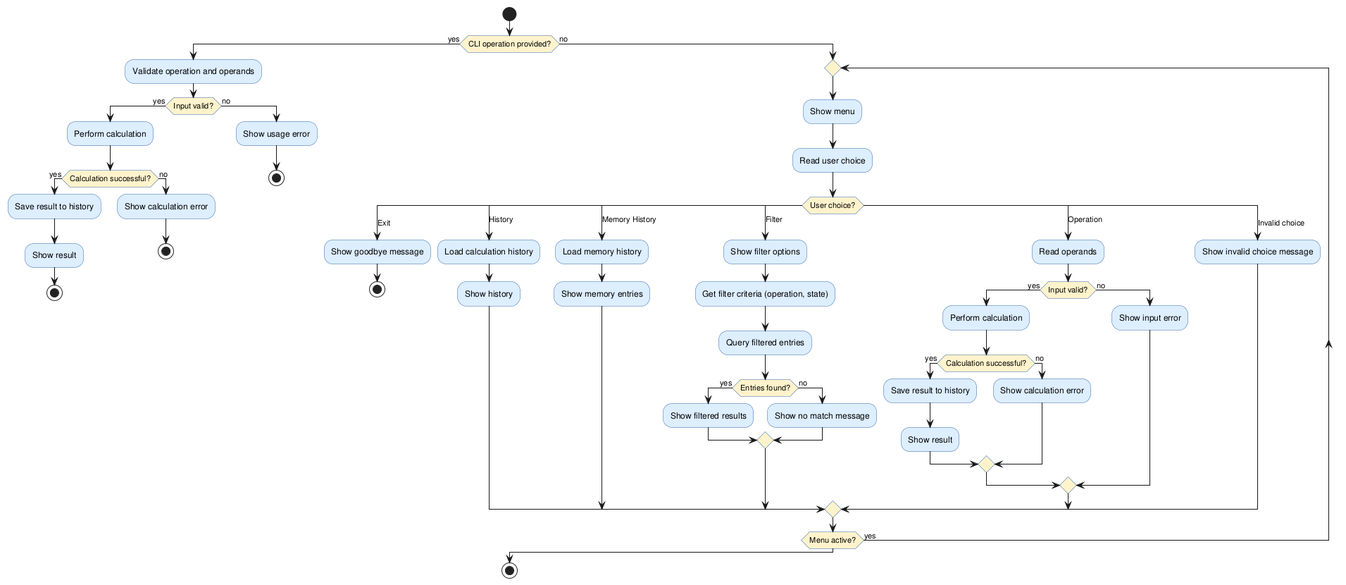
DanielRiha8906/Software_autoevolution_using_agents keeps this PlantUML diagram as experiments/broadcast/user_stories/calculator/artifacts/activity_diagram.png. Above is the earlier version. The source it was exported from:
```plantuml
@startuml activity_diagram

skinparam activityBackgroundColor #DDEEFF
skinparam activityBorderColor #3366AA
skinparam activityDiamondBackgroundColor #FFF3CC

start

if (CLI operation provided?) then (yes)

  :Validate operation and operands;

  if (Input valid?) then (yes)
    :Perform calculation;

    if (Calculation successful?) then (yes)
      :Save result to history;
      :Show result;
      stop
    else (no)
      :Show calculation error;
      stop
    endif

  else (no)
    :Show usage error;
    stop
  endif

else (no)

  repeat
    :Show menu;
    :Read user choice;

    switch (User choice?)

      case (Exit)
        :Show goodbye message;
        stop

      case (History)
        :Load calculation history;
        :Show history;

      case (Memory History)
        :Load memory history;
        :Show memory entries;

      case (Filter)
        :Show filter options;
        :Get filter criteria (operation, state);
        :Query filtered entries;
        if (Entries found?) then (yes)
          :Show filtered results;
        else (no)
          :Show no match message;
        endif

      case (Operation)
        :Read operands;

        if (Input valid?) then (yes)
          :Perform calculation;

          if (Calculation successful?) then (yes)
            :Save result to history;
            :Show result;
          else (no)
            :Show calculation error;
          endif

        else (no)
          :Show input error;
        endif

      case (Invalid choice)
        :Show invalid choice message;

    endswitch

  repeat while (Menu active?) is (yes)

endif

stop

@enduml
```
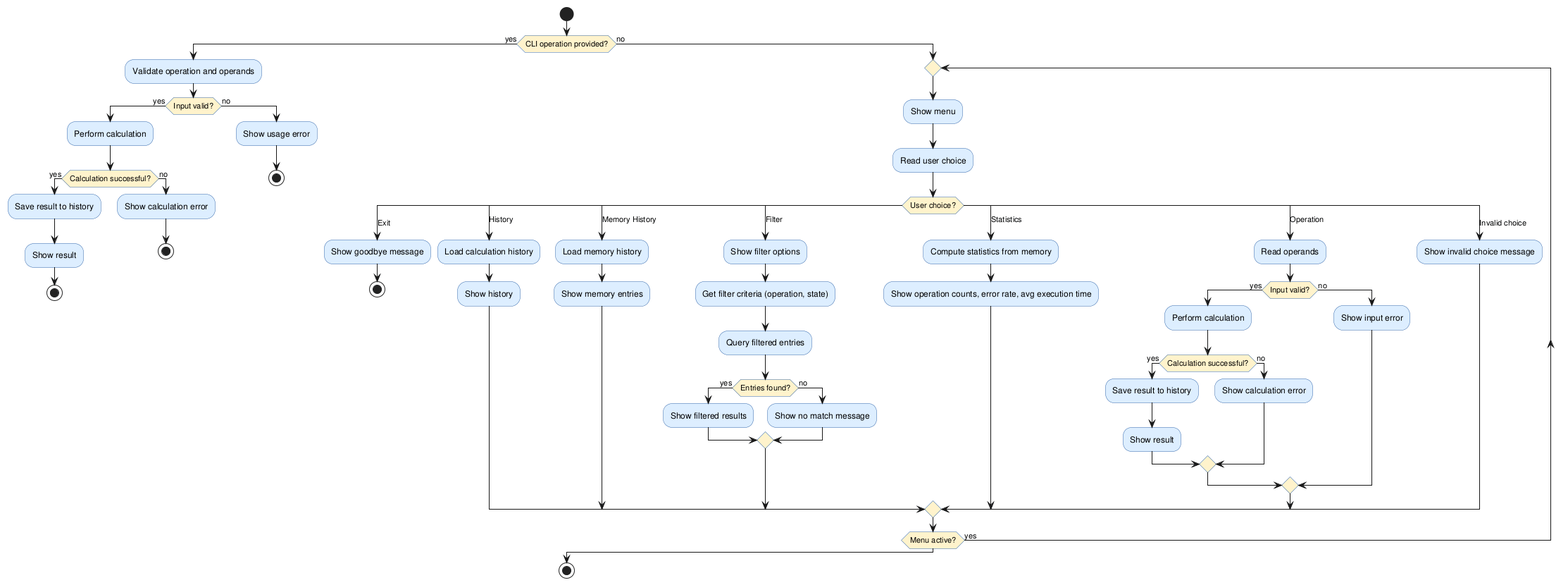
The same file after the commit.

Change to the diagram source:
```diff
@@ -57,6 +57,10 @@
           :Show no match message;
         endif
 
+      case (Statistics)
+        :Compute statistics from memory;
+        :Show operation counts, error rate, avg execution time;
+
       case (Operation)
         :Read operands;
 
```
